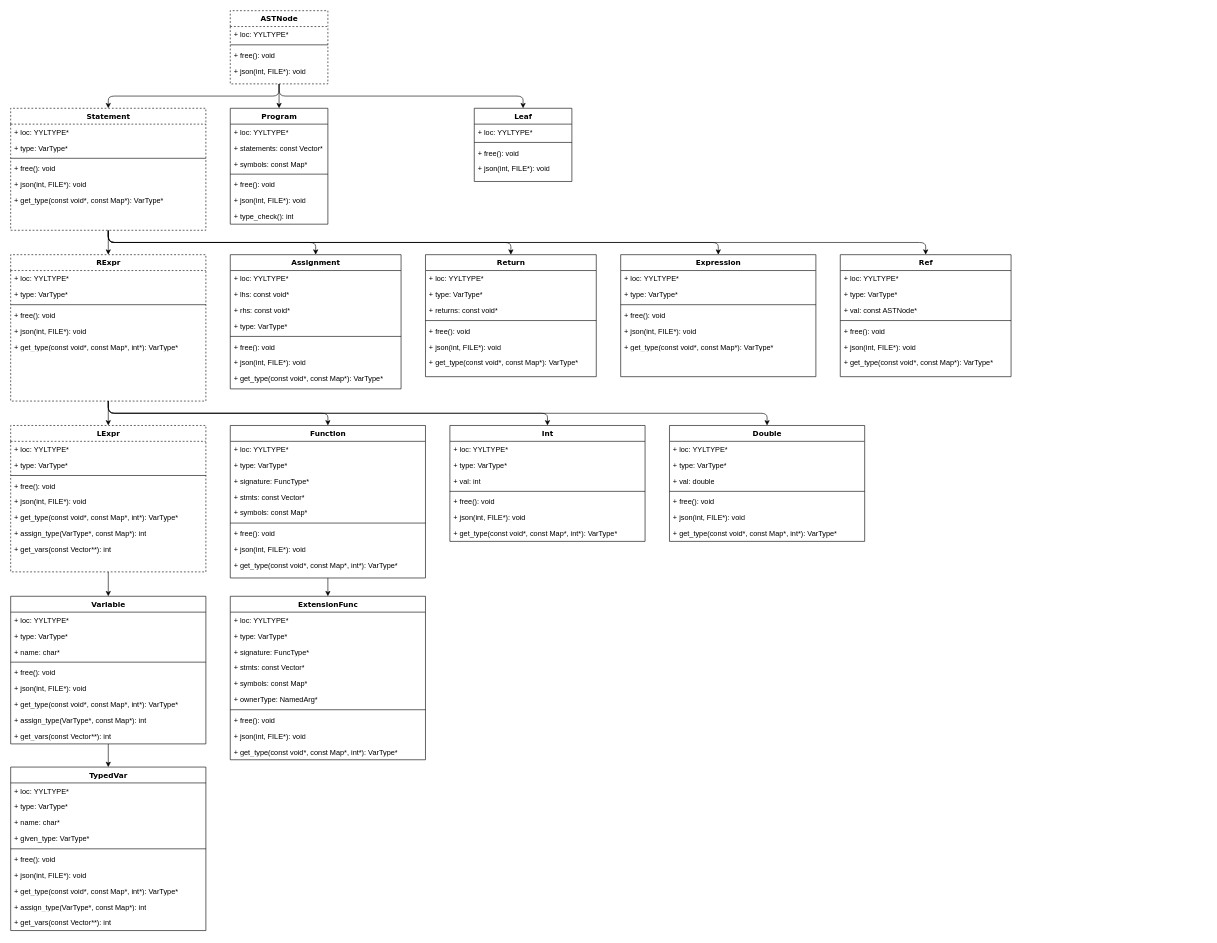
The draw.io diagram doc/ASTHierarchy.drawio in taylor-santos/Tlang, before the edit. Source tidied: cells renumbered, new cells numbered last; positions are measured from the earlier drawing's top-left corner, leaving out a move shared by most shapes. Both pictures are drawn from the tidied source at 61%, with x=0, y=0 at pixel (10, 10).
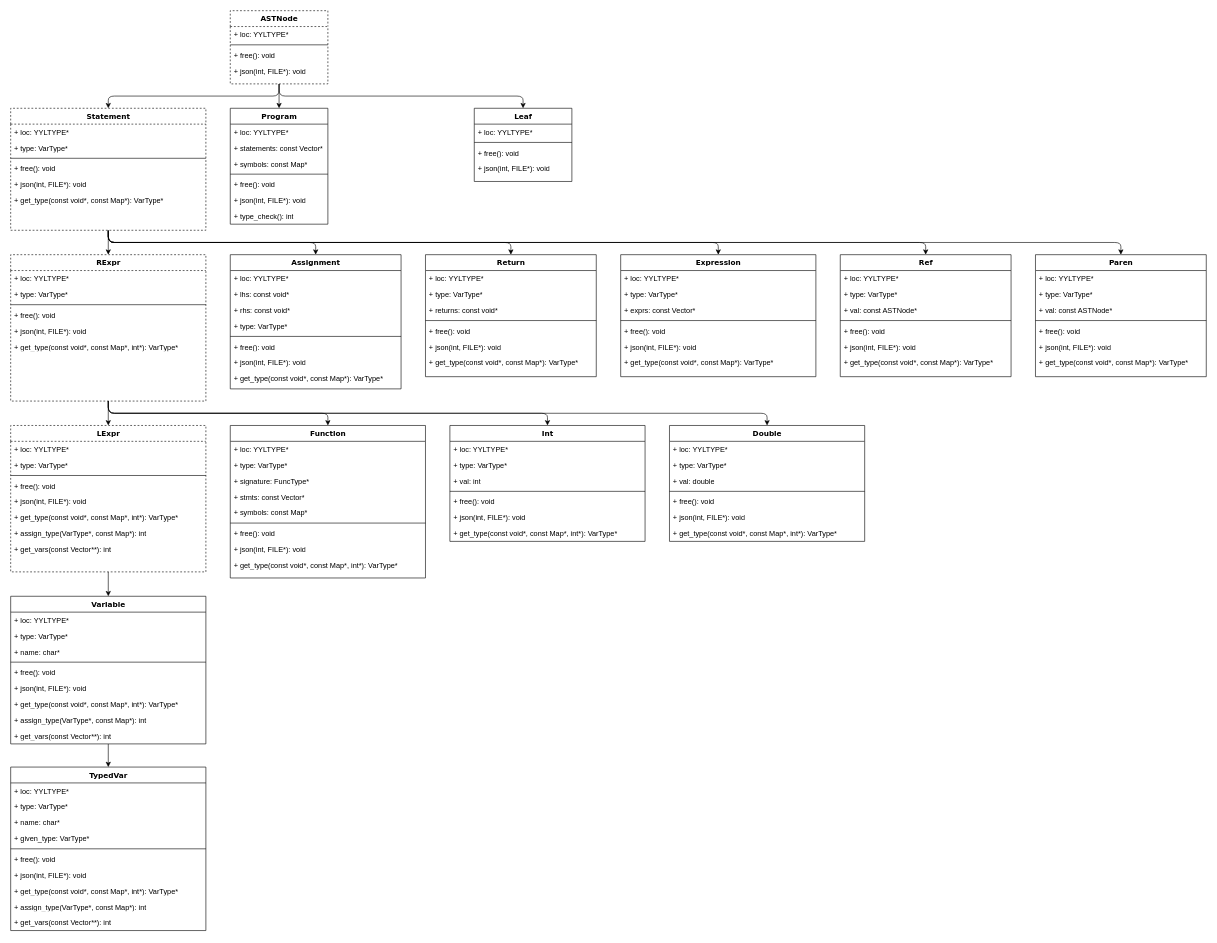
The same diagram, later.

The change refers to these unchanged cells:
```xml
<mxCell id="15" value="Statement" style="swimlane;html=1;fontStyle=1;align=center;verticalAlign=top;horizontal=1;startSize=26;swimlaneFillColor=#ffffff;rounded=0;shadow=0;comic=0;labelBackgroundColor=none;strokeColor=#000000;strokeWidth=1;fillColor=none;fontFamily=Verdana;fontSize=12;fontColor=#000000;dashed=1;" parent="1" vertex="1">
  <mxGeometry y="160" width="320" height="200" as="geometry" />
</mxCell>
<mxCell id="115" value="Function&lt;br&gt;" style="swimlane;html=1;fontStyle=1;align=center;verticalAlign=top;horizontal=1;startSize=26;swimlaneFillColor=#ffffff;rounded=0;shadow=0;comic=0;labelBackgroundColor=none;strokeColor=#000000;strokeWidth=1;fillColor=none;fontFamily=Verdana;fontSize=12;fontColor=#000000;" parent="1" vertex="1">
  <mxGeometry x="360" y="680" width="320" height="250" as="geometry" />
</mxCell>
<mxCell id="125" value="Expression" style="swimlane;html=1;fontStyle=1;align=center;verticalAlign=top;horizontal=1;startSize=26;swimlaneFillColor=#ffffff;rounded=0;shadow=0;comic=0;labelBackgroundColor=none;strokeColor=#000000;strokeWidth=1;fillColor=none;fontFamily=Verdana;fontSize=12;fontColor=#000000;" parent="1" vertex="1">
  <mxGeometry x="1000" y="400" width="320" height="200" as="geometry" />
</mxCell>
```

Change to the diagram source:
```diff
@@
+    <mxCell id="148" style="edgeStyle=orthogonalEdgeStyle;rounded=1;jettySize=auto;html=1;exitX=0.5;exitY=1;exitDx=0;exitDy=0;entryX=0.5;entryY=0;entryDx=0;entryDy=0;" parent="1" edge="1" source="15" target="149">
+      <mxGeometry relative="1" as="geometry" />
+    </mxCell>
@@
-    <mxCell id="114" style="edgeStyle=orthogonalEdgeStyle;rounded=1;jettySize=auto;html=1;exitX=0.5;exitY=1;exitDx=0;exitDy=0;entryX=0.5;entryY=0;entryDx=0;entryDy=0;" parent="1" edge="1" source="115" target="137">
-      <mxGeometry relative="1" as="geometry" />
-    </mxCell>
@@
+    <mxCell id="139" value="+ type: VarType*&lt;br&gt;" style="text;html=1;strokeColor=none;fillColor=none;align=left;verticalAlign=top;spacingLeft=4;spacingRight=4;whiteSpace=wrap;overflow=hidden;" parent="125" vertex="1">
+      <mxGeometry y="52" width="320" height="26" as="geometry" />
+    </mxCell>
-    <mxCell id="127" value="+ type: VarType*&lt;br&gt;" style="text;html=1;strokeColor=none;fillColor=none;align=left;verticalAlign=top;spacingLeft=4;spacingRight=4;whiteSpace=wrap;overflow=hidden;" parent="125" vertex="1">
-      <mxGeometry y="52" width="320" height="26" as="geometry" />
+    <mxCell id="127" value="+ exprs: const Vector*&lt;br&gt;" style="text;html=1;strokeColor=none;fillColor=none;align=left;verticalAlign=top;spacingLeft=4;spacingRight=4;whiteSpace=wrap;overflow=hidden;" parent="125" vertex="1">
+      <mxGeometry y="78" width="320" height="26" as="geometry" />
     </mxCell>
     <mxCell id="128" style="line;html=1;strokeWidth=1;fillColor=none;align=left;verticalAlign=middle;spacingTop=-1;spacingLeft=3;spacingRight=3;labelPosition=right;" parent="125" vertex="1">
-      <mxGeometry y="78" width="320" height="8" as="geometry" />
+      <mxGeometry y="104" width="320" height="8" as="geometry" />
     </mxCell>
     <mxCell id="129" value="+ free(): void" style="text;html=1;strokeColor=none;fillColor=none;align=left;verticalAlign=top;spacingLeft=4;spacingRight=4;whiteSpace=wrap;overflow=hidden;" parent="125" vertex="1">
-      <mxGeometry y="86" width="320" height="26" as="geometry" />
+      <mxGeometry y="112" width="320" height="26" as="geometry" />
     </mxCell>
     <mxCell id="130" value="+ json(int, FILE*): void&lt;br&gt;&lt;br&gt;" style="text;html=1;strokeColor=none;fillColor=none;align=left;verticalAlign=top;spacingLeft=4;spacingRight=4;whiteSpace=wrap;overflow=hidden;" parent="125" vertex="1">
-      <mxGeometry y="112" width="320" height="26" as="geometry" />
+      <mxGeometry y="138" width="320" height="26" as="geometry" />
     </mxCell>
     <mxCell id="131" value="+ get_type(const void*, const Map*): VarType*&lt;br&gt;" style="text;html=1;strokeColor=none;fillColor=none;align=left;verticalAlign=top;spacingLeft=4;spacingRight=4;whiteSpace=wrap;overflow=hidden;" parent="125" vertex="1">
-      <mxGeometry y="138" width="320" height="26" as="geometry" />
+      <mxGeometry y="164" width="320" height="26" as="geometry" />
     </mxCell>
@@
-    <mxCell id="137" value="ExtensionFunc&lt;br&gt;" style="swimlane;html=1;fontStyle=1;align=center;verticalAlign=top;horizontal=1;startSize=26;swimlaneFillColor=#ffffff;rounded=0;shadow=0;comic=0;labelBackgroundColor=none;strokeColor=#000000;strokeWidth=1;fillColor=none;fontFamily=Verdana;fontSize=12;fontColor=#000000;" parent="1" vertex="1">
-      <mxGeometry x="360" y="960" width="320" height="268" as="geometry" />
-    </mxCell>
+    <mxCell id="149" value="Paren" style="swimlane;html=1;fontStyle=1;align=center;verticalAlign=top;horizontal=1;startSize=26;swimlaneFillColor=#ffffff;rounded=0;shadow=0;comic=0;labelBackgroundColor=none;strokeColor=#000000;strokeWidth=1;fillColor=none;fontFamily=Verdana;fontSize=12;fontColor=#000000;" parent="1" vertex="1">
+      <mxGeometry x="1680" y="400" width="280" height="200" as="geometry" />
+    </mxCell>
-    <mxCell id="138" value="+ loc: YYLTYPE*" style="text;html=1;strokeColor=none;fillColor=none;align=left;verticalAlign=top;spacingLeft=4;spacingRight=4;whiteSpace=wrap;overflow=hidden;" parent="137" vertex="1">
-      <mxGeometry y="26" width="320" height="26" as="geometry" />
+    <mxCell id="138" value="+ loc: YYLTYPE*" style="text;html=1;strokeColor=none;fillColor=none;align=left;verticalAlign=top;spacingLeft=4;spacingRight=4;whiteSpace=wrap;overflow=hidden;" parent="149" vertex="1">
+      <mxGeometry y="26" width="280" height="26" as="geometry" />
     </mxCell>
-    <mxCell id="139" value="+ type: VarType*&lt;br&gt;" style="text;html=1;strokeColor=none;fillColor=none;align=left;verticalAlign=top;spacingLeft=4;spacingRight=4;whiteSpace=wrap;overflow=hidden;" parent="137" vertex="1">
-      <mxGeometry y="52" width="320" height="26" as="geometry" />
-    </mxCell>
-    <mxCell id="140" value="+ signature: FuncType*&lt;br&gt;" style="text;html=1;strokeColor=none;fillColor=none;align=left;verticalAlign=top;spacingLeft=4;spacingRight=4;whiteSpace=wrap;overflow=hidden;" parent="137" vertex="1">
-      <mxGeometry y="78" width="320" height="26" as="geometry" />
-    </mxCell>
-    <mxCell id="141" value="+ stmts: const Vector*&lt;br&gt;" style="text;html=1;strokeColor=none;fillColor=none;align=left;verticalAlign=top;spacingLeft=4;spacingRight=4;whiteSpace=wrap;overflow=hidden;" parent="137" vertex="1">
-      <mxGeometry y="104" width="320" height="26" as="geometry" />
-    </mxCell>
-    <mxCell id="142" value="+ symbols: const Map*&lt;br&gt;" style="text;html=1;strokeColor=none;fillColor=none;align=left;verticalAlign=top;spacingLeft=4;spacingRight=4;whiteSpace=wrap;overflow=hidden;" parent="137" vertex="1">
-      <mxGeometry y="130" width="320" height="26" as="geometry" />
-    </mxCell>
-    <mxCell id="143" value="+ ownerType: NamedArg*&lt;br&gt;" style="text;html=1;strokeColor=none;fillColor=none;align=left;verticalAlign=top;spacingLeft=4;spacingRight=4;whiteSpace=wrap;overflow=hidden;" parent="137" vertex="1">
-      <mxGeometry y="156" width="320" height="26" as="geometry" />
-    </mxCell>
-    <mxCell id="144" style="line;html=1;strokeWidth=1;fillColor=none;align=left;verticalAlign=middle;spacingTop=-1;spacingLeft=3;spacingRight=3;labelPosition=right;" parent="137" vertex="1">
-      <mxGeometry y="182" width="320" height="8" as="geometry" />
-    </mxCell>
+    <mxCell id="150" value="+ type: VarType*&lt;br&gt;" style="text;html=1;strokeColor=none;fillColor=none;align=left;verticalAlign=top;spacingLeft=4;spacingRight=4;whiteSpace=wrap;overflow=hidden;" parent="149" vertex="1">
+      <mxGeometry y="52" width="280" height="26" as="geometry" />
+    </mxCell>
+    <mxCell id="151" value="+ val: const ASTNode*&lt;br&gt;" style="text;html=1;strokeColor=none;fillColor=none;align=left;verticalAlign=top;spacingLeft=4;spacingRight=4;whiteSpace=wrap;overflow=hidden;" parent="149" vertex="1">
+      <mxGeometry y="78" width="280" height="26" as="geometry" />
+    </mxCell>
+    <mxCell id="152" style="line;html=1;strokeWidth=1;fillColor=none;align=left;verticalAlign=middle;spacingTop=-1;spacingLeft=3;spacingRight=3;labelPosition=right;" parent="149" vertex="1">
+      <mxGeometry y="104" width="280" height="8" as="geometry" />
+    </mxCell>
-    <mxCell id="145" value="+ free(): void" style="text;html=1;strokeColor=none;fillColor=none;align=left;verticalAlign=top;spacingLeft=4;spacingRight=4;whiteSpace=wrap;overflow=hidden;" parent="137" vertex="1">
-      <mxGeometry y="190" width="320" height="26" as="geometry" />
+    <mxCell id="145" value="+ free(): void" style="text;html=1;strokeColor=none;fillColor=none;align=left;verticalAlign=top;spacingLeft=4;spacingRight=4;whiteSpace=wrap;overflow=hidden;" parent="149" vertex="1">
+      <mxGeometry y="112" width="280" height="26" as="geometry" />
     </mxCell>
-    <mxCell id="146" value="+ json(int, FILE*): void&lt;br&gt;&lt;br&gt;" style="text;html=1;strokeColor=none;fillColor=none;align=left;verticalAlign=top;spacingLeft=4;spacingRight=4;whiteSpace=wrap;overflow=hidden;" parent="137" vertex="1">
-      <mxGeometry y="216" width="320" height="26" as="geometry" />
+    <mxCell id="146" value="+ json(int, FILE*): void&lt;br&gt;&lt;br&gt;" style="text;html=1;strokeColor=none;fillColor=none;align=left;verticalAlign=top;spacingLeft=4;spacingRight=4;whiteSpace=wrap;overflow=hidden;" parent="149" vertex="1">
+      <mxGeometry y="138" width="280" height="26" as="geometry" />
     </mxCell>
-    <mxCell id="147" value="+ get_type(const void*, const Map*, int*): VarType*&lt;br&gt;" style="text;html=1;strokeColor=none;fillColor=none;align=left;verticalAlign=top;spacingLeft=4;spacingRight=4;whiteSpace=wrap;overflow=hidden;" parent="137" vertex="1">
-      <mxGeometry y="242" width="320" height="26" as="geometry" />
-    </mxCell>
+    <mxCell id="153" value="+ get_type(const void*, const Map*): VarType*&lt;br&gt;" style="text;html=1;strokeColor=none;fillColor=none;align=left;verticalAlign=top;spacingLeft=4;spacingRight=4;whiteSpace=wrap;overflow=hidden;" parent="149" vertex="1">
+      <mxGeometry y="164" width="280" height="26" as="geometry" />
+    </mxCell>
```
